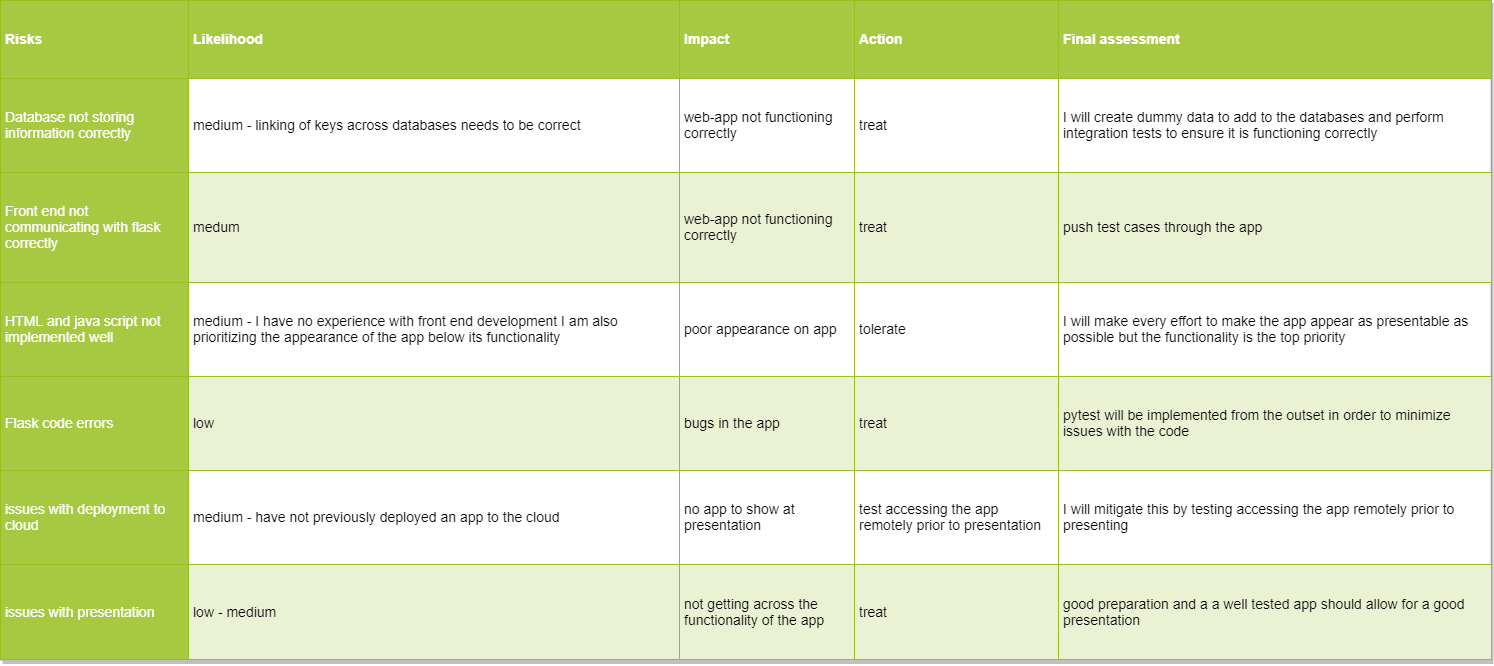
MattCrutchley/shoppinglist keeps this draw.io diagram as images/Risk_assesment.png. Above is the earlier version. Source tidied: cells renumbered, new cells last; positions are measured from the earlier drawing's top-left corner, leaving out a move shared by most shapes.
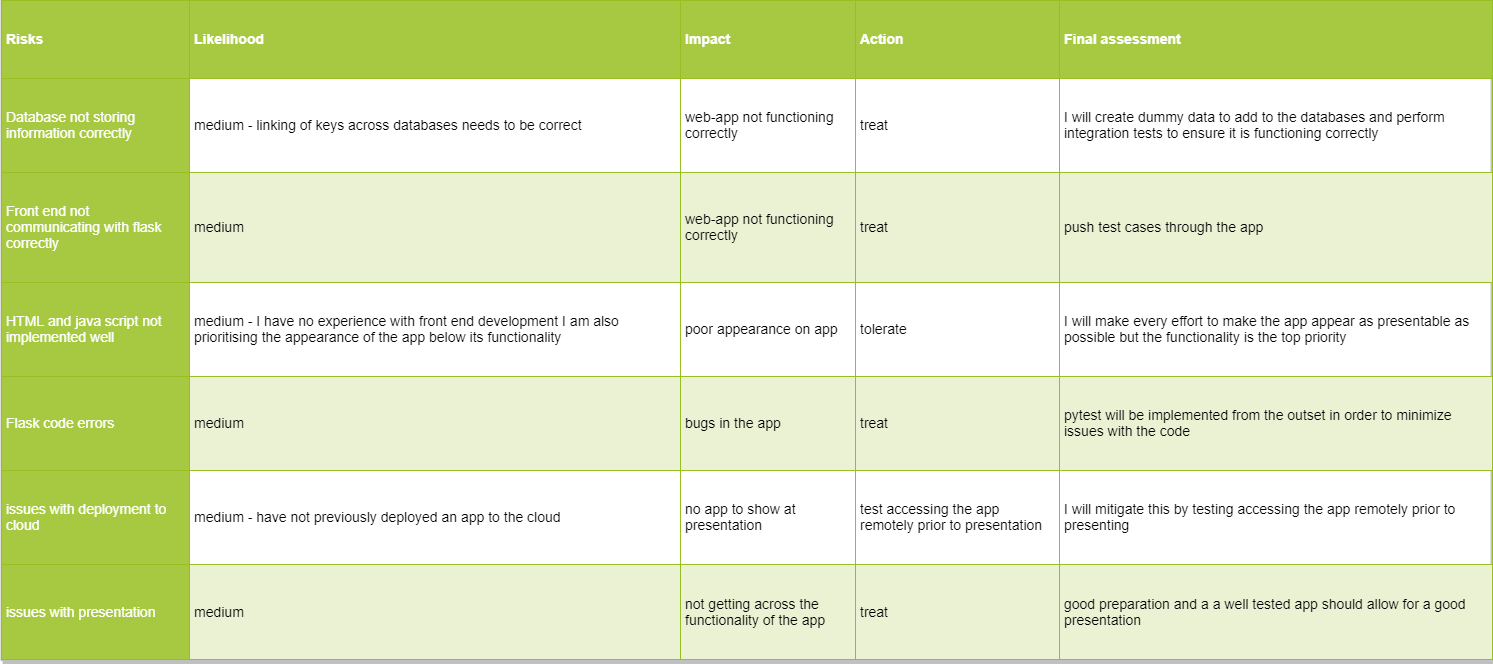
The same diagram one commit later.

Change to the diagram source:
```diff
@@ -2,7 +2,7 @@
   <root>
     <mxCell id="0" style="html=1;" />
     <mxCell id="1" style="html=1;" parent="0" />
-    <mxCell id="2" value="&lt;table border=&quot;1&quot; width=&quot;100%&quot; cellpadding=&quot;4&quot; style=&quot;width: 100% ; height: 100% ; border-collapse: collapse&quot; align=&quot;left&quot;&gt;&lt;tbody&gt;&lt;tr style=&quot;background-color: #a7c942 ; color: #ffffff ; border: 1px solid #98bf21&quot;&gt;&lt;th&gt;Risks&lt;/th&gt;&lt;th&gt;Likelihood&lt;/th&gt;&lt;th&gt;Impact&lt;/th&gt;&lt;th&gt;Action&lt;/th&gt;&lt;th&gt;Final assessment&lt;/th&gt;&lt;/tr&gt;&lt;tr style=&quot;border: 1px solid #98bf21&quot;&gt;&lt;td style=&quot;background-color: #a7c942 ; color: #ffffff ; border: 1px solid #98bf21&quot;&gt;Database not storing information correctly&lt;/td&gt;&lt;td&gt;medium - linking of keys across databases needs to be correct&lt;/td&gt;&lt;td&gt;web-app not functioning correctly&lt;/td&gt;&lt;td&gt;treat&lt;/td&gt;&lt;td&gt;I will create dummy data to add to the databases and perform integration tests to ensure it is functioning correctly&lt;/td&gt;&lt;/tr&gt;&lt;tr style=&quot;background-color: #eaf2d3 ; border: 1px solid #98bf21&quot;&gt;&lt;td style=&quot;background-color: #a7c942 ; color: #ffffff ; border: 1px solid #98bf21&quot;&gt;Front end not communicating with flask correctly&lt;/td&gt;&lt;td&gt;medum&amp;nbsp;&lt;/td&gt;&lt;td&gt;web-app not functioning correctly&lt;span style=&quot;white-space: pre&quot;&gt;&#9;&lt;/span&gt;&lt;/td&gt;&lt;td&gt;treat&lt;/td&gt;&lt;td&gt;push test cases through the app&lt;/td&gt;&lt;/tr&gt;&lt;tr style=&quot;border: 1px solid #98bf21&quot;&gt;&lt;td style=&quot;background-color: #a7c942 ; color: #ffffff ; border: 1px solid #98bf21&quot;&gt;HTML and java script not implemented well&lt;/td&gt;&lt;td&gt;medium - I have no experience with front end development I am also prioritizing the appearance of the app below its functionality&lt;/td&gt;&lt;td&gt;poor appearance on app&lt;/td&gt;&lt;td&gt;tolerate&lt;/td&gt;&lt;td&gt;I will make every effort to make the app appear as presentable as possible but the functionality is the top priority&lt;/td&gt;&lt;/tr&gt;&lt;tr style=&quot;background-color: #eaf2d3 ; border: 1px solid #98bf21&quot;&gt;&lt;td style=&quot;background-color: #a7c942 ; color: #ffffff ; border: 1px solid #98bf21&quot;&gt;Flask code errors&lt;/td&gt;&lt;td&gt;low&lt;/td&gt;&lt;td&gt;bugs in the app&lt;/td&gt;&lt;td&gt;treat&lt;/td&gt;&lt;td&gt;pytest will be implemented from the outset in order to minimize issues with the code&lt;/td&gt;&lt;/tr&gt;&lt;tr style=&quot;border: 1px solid #98bf21&quot;&gt;&lt;td style=&quot;background-color: #a7c942 ; color: #ffffff ; border: 1px solid #98bf21&quot;&gt;issues with deployment to cloud&lt;/td&gt;&lt;td&gt;medium - have not previously deployed an app to the cloud&lt;/td&gt;&lt;td&gt;no app to show at presentation&lt;/td&gt;&lt;td&gt;test accessing the app remotely prior to presentation&lt;/td&gt;&lt;td style=&quot;word-wrap: break-word&quot;&gt;I will mitigate this by testing accessing the app remotely prior to presenting&lt;/td&gt;&lt;/tr&gt;&lt;tr style=&quot;background-color: #eaf2d3 ; border: 1px solid #98bf21&quot;&gt;&lt;td style=&quot;background-color: #a7c942 ; color: #ffffff ; border: 1px solid #98bf21&quot;&gt;issues with presentation&lt;/td&gt;&lt;td&gt;low - medium&lt;/td&gt;&lt;td&gt;not getting across the functionality of the app&lt;/td&gt;&lt;td&gt;treat&lt;/td&gt;&lt;td&gt;good preparation and a a well tested app should allow for a good presentation&lt;/td&gt;&lt;/tr&gt;&lt;/tbody&gt;&lt;/table&gt;" style="text;html=1;strokeColor=#c0c0c0;fillColor=#ffffff;overflow=fill;rounded=0;shadow=1;fontSize=14;fontColor=#000000;whiteSpace=wrap;" parent="1" vertex="1">
+    <mxCell id="2" value="&lt;table border=&quot;1&quot; width=&quot;100%&quot; cellpadding=&quot;4&quot; style=&quot;width: 100% ; height: 100% ; border-collapse: collapse&quot; align=&quot;left&quot;&gt;&lt;tbody&gt;&lt;tr style=&quot;background-color: #a7c942 ; color: #ffffff ; border: 1px solid #98bf21&quot;&gt;&lt;th&gt;Risks&lt;/th&gt;&lt;th&gt;Likelihood&lt;/th&gt;&lt;th&gt;Impact&lt;/th&gt;&lt;th&gt;Action&lt;/th&gt;&lt;th&gt;Final assessment&lt;/th&gt;&lt;/tr&gt;&lt;tr style=&quot;border: 1px solid #98bf21&quot;&gt;&lt;td style=&quot;background-color: #a7c942 ; color: #ffffff ; border: 1px solid #98bf21&quot;&gt;Database not storing information correctly&lt;/td&gt;&lt;td&gt;medium - linking of keys across databases needs to be correct&lt;/td&gt;&lt;td&gt;web-app not functioning correctly&lt;/td&gt;&lt;td&gt;treat&lt;/td&gt;&lt;td&gt;I will create dummy data to add to the databases and perform integration tests to ensure it is functioning correctly&lt;/td&gt;&lt;/tr&gt;&lt;tr style=&quot;background-color: #eaf2d3 ; border: 1px solid #98bf21&quot;&gt;&lt;td style=&quot;background-color: #a7c942 ; color: #ffffff ; border: 1px solid #98bf21&quot;&gt;Front end not communicating with flask correctly&lt;/td&gt;&lt;td&gt;medium&amp;nbsp;&lt;/td&gt;&lt;td&gt;web-app not functioning correctly&lt;span style=&quot;white-space: pre&quot;&gt;&#9;&lt;/span&gt;&lt;/td&gt;&lt;td&gt;treat&lt;/td&gt;&lt;td&gt;push test cases through the app&lt;/td&gt;&lt;/tr&gt;&lt;tr style=&quot;border: 1px solid #98bf21&quot;&gt;&lt;td style=&quot;background-color: #a7c942 ; color: #ffffff ; border: 1px solid #98bf21&quot;&gt;HTML and java script not implemented well&lt;/td&gt;&lt;td&gt;medium - I have no experience with front end development I am also prioritising the appearance of the app below its functionality&lt;/td&gt;&lt;td&gt;poor appearance on app&lt;/td&gt;&lt;td&gt;tolerate&lt;/td&gt;&lt;td&gt;I will make every effort to make the app appear as presentable as possible but the functionality is the top priority&lt;/td&gt;&lt;/tr&gt;&lt;tr style=&quot;background-color: #eaf2d3 ; border: 1px solid #98bf21&quot;&gt;&lt;td style=&quot;background-color: #a7c942 ; color: #ffffff ; border: 1px solid #98bf21&quot;&gt;Flask code errors&lt;/td&gt;&lt;td&gt;medium&lt;/td&gt;&lt;td&gt;bugs in the app&lt;/td&gt;&lt;td&gt;treat&lt;/td&gt;&lt;td&gt;pytest will be implemented from the outset in order to minimize issues with the code&lt;/td&gt;&lt;/tr&gt;&lt;tr style=&quot;border: 1px solid #98bf21&quot;&gt;&lt;td style=&quot;background-color: #a7c942 ; color: #ffffff ; border: 1px solid #98bf21&quot;&gt;issues with deployment to cloud&lt;/td&gt;&lt;td&gt;medium - have not previously deployed an app to the cloud&lt;/td&gt;&lt;td&gt;no app to show at presentation&lt;/td&gt;&lt;td&gt;test accessing the app remotely prior to presentation&lt;/td&gt;&lt;td style=&quot;word-wrap: break-word&quot;&gt;I will mitigate this by testing accessing the app remotely prior to presenting&lt;/td&gt;&lt;/tr&gt;&lt;tr style=&quot;background-color: #eaf2d3 ; border: 1px solid #98bf21&quot;&gt;&lt;td style=&quot;background-color: #a7c942 ; color: #ffffff ; border: 1px solid #98bf21&quot;&gt;issues with presentation&lt;/td&gt;&lt;td&gt;medium&lt;/td&gt;&lt;td&gt;not getting across the functionality of the app&lt;/td&gt;&lt;td&gt;treat&lt;/td&gt;&lt;td&gt;good preparation and a a well tested app should allow for a good presentation&lt;/td&gt;&lt;/tr&gt;&lt;/tbody&gt;&lt;/table&gt;" style="text;html=1;strokeColor=#c0c0c0;fillColor=#ffffff;overflow=fill;rounded=0;shadow=1;fontSize=14;fontColor=#000000;whiteSpace=wrap;" parent="1" vertex="1">
       <mxGeometry width="1490" height="660" as="geometry" />
     </mxCell>
   </root>
```
